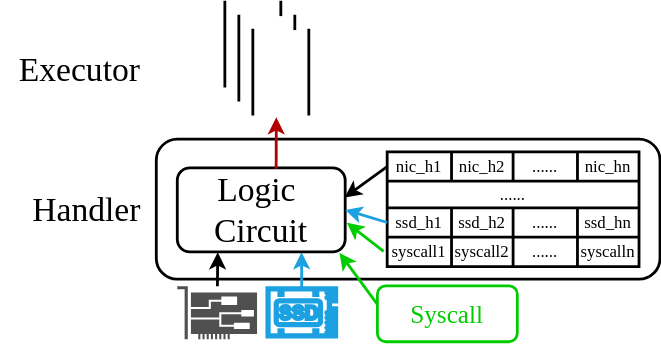
This is assets/handler.svg from oscourse-tsinghua/openingreport-zfliang2023, a draw.io export, as it was before one commit. Source tidied: cells renumbered, new cells last; positions are measured from the earlier drawing's top-left corner, leaving out a move shared by most shapes. Its diagram source:
```xml
<mxGraphModel>
  <root>
    <mxCell id="0" />
    <mxCell id="1" parent="0" />
    <mxCell id="2" style="sketch=0;shadow=0;dashed=0;html=1;strokeColor=none;fillColor=#505050;labelPosition=center;verticalLabelPosition=bottom;verticalAlign=top;outlineConnect=0;align=center;shape=mxgraph.office.devices.nic;fontFamily=Times New Roman;strokeWidth=2;" parent="1" vertex="1">
      <mxGeometry x="125" y="203" width="57" height="38" as="geometry" />
    </mxCell>
    <mxCell id="3" style="sketch=0;shadow=0;dashed=0;html=1;strokeColor=#1BA1E2;fillColor=#1ba1e2;labelPosition=center;verticalLabelPosition=bottom;verticalAlign=top;align=center;outlineConnect=0;shape=mxgraph.vvd.ssd;fontFamily=Times New Roman;fontColor=#ffffff;strokeWidth=2;" parent="1" vertex="1">
      <mxGeometry x="189" y="204" width="50" height="35.5" as="geometry" />
    </mxCell>
    <mxCell id="4" style="rounded=1;whiteSpace=wrap;html=1;fontFamily=Times New Roman;strokeWidth=2;" parent="1" vertex="1">
      <mxGeometry x="110" y="98" width="360" height="100" as="geometry" />
    </mxCell>
    <mxCell id="5" style="endArrow=classic;html=1;entryX=0.241;entryY=1.005;entryDx=0;entryDy=0;entryPerimeter=0;fontFamily=Times New Roman;strokeWidth=2;" parent="1" edge="1" source="2" target="25">
      <mxGeometry relative="1" as="geometry" />
    </mxCell>
    <mxCell id="6" style="endArrow=classic;html=1;strokeColor=#1BA1E2;entryX=0.74;entryY=1.004;entryDx=0;entryDy=0;entryPerimeter=0;fontFamily=Times New Roman;strokeWidth=2;" parent="1" edge="1" source="3" target="25">
      <mxGeometry relative="1" as="geometry" />
    </mxCell>
    <mxCell id="7" style="shape=table;html=1;whiteSpace=wrap;startSize=0;fontFamily=Times New Roman;strokeWidth=2;" parent="1" vertex="1">
      <mxGeometry x="275" y="107" width="180" height="82" as="geometry" />
    </mxCell>
    <mxCell id="8" style="shape=tableRow;horizontal=0;startSize=0;swimlaneHead=0;swimlaneBody=0;top=0;left=0;bottom=0;right=0;fillColor=none;points=[[0,0.5],[1,0.5]];portConstraint=eastwest;fontFamily=Times New Roman;strokeWidth=2;" parent="7" vertex="1">
      <mxGeometry width="180" height="21" as="geometry" />
    </mxCell>
    <mxCell id="9" value="&lt;font&gt;nic_h1&lt;/font&gt;" style="shape=partialRectangle;html=1;whiteSpace=wrap;fillColor=none;top=0;left=0;bottom=0;right=0;overflow=hidden;fontFamily=Times New Roman;strokeWidth=2;" parent="8" vertex="1">
      <mxGeometry width="46" height="21" as="geometry" />
    </mxCell>
    <mxCell id="10" value="nic_h2" style="shape=partialRectangle;html=1;whiteSpace=wrap;fillColor=none;top=0;left=0;bottom=0;right=0;overflow=hidden;fontFamily=Times New Roman;strokeWidth=2;" parent="8" vertex="1">
      <mxGeometry x="46" width="44" height="21" as="geometry" />
    </mxCell>
    <mxCell id="11" value="......" style="shape=partialRectangle;html=1;whiteSpace=wrap;fillColor=none;top=0;left=0;bottom=0;right=0;overflow=hidden;fontFamily=Times New Roman;strokeWidth=2;" parent="8" vertex="1">
      <mxGeometry x="90" width="46" height="21" as="geometry" />
    </mxCell>
    <mxCell id="12" value="nic_hn" style="shape=partialRectangle;html=1;whiteSpace=wrap;fillColor=none;top=0;left=0;bottom=0;right=0;overflow=hidden;fontFamily=Times New Roman;strokeWidth=2;" parent="8" vertex="1">
      <mxGeometry x="136" width="44" height="21" as="geometry" />
    </mxCell>
    <mxCell id="13" style="shape=tableRow;horizontal=0;startSize=0;swimlaneHead=0;swimlaneBody=0;top=0;left=0;bottom=0;right=0;fillColor=none;fontFamily=Times New Roman;strokeWidth=2;" parent="7" vertex="1">
      <mxGeometry y="21" width="180" height="19" as="geometry" />
    </mxCell>
    <mxCell id="14" value="......" style="shape=partialRectangle;html=1;whiteSpace=wrap;fillColor=none;top=0;left=0;bottom=0;right=0;overflow=hidden;rowspan=1;colspan=4;fontFamily=Times New Roman;strokeWidth=2;" parent="13" vertex="1">
      <mxGeometry width="180" height="19" as="geometry" />
    </mxCell>
    <mxCell id="15" style="shape=tableRow;horizontal=0;startSize=0;swimlaneHead=0;swimlaneBody=0;top=0;left=0;bottom=0;right=0;fillColor=none;points=[[0,0.5],[1,0.5]];portConstraint=eastwest;fontFamily=Times New Roman;strokeWidth=2;" parent="7" vertex="1">
      <mxGeometry y="40" width="180" height="21" as="geometry" />
    </mxCell>
    <mxCell id="16" value="ssd_h1" style="shape=partialRectangle;html=1;whiteSpace=wrap;fillColor=none;top=0;left=0;bottom=0;right=0;overflow=hidden;fontFamily=Times New Roman;strokeWidth=2;" parent="15" vertex="1">
      <mxGeometry width="46" height="21" as="geometry" />
    </mxCell>
    <mxCell id="17" value="ssd_h2" style="shape=partialRectangle;html=1;whiteSpace=wrap;fillColor=none;top=0;left=0;bottom=0;right=0;overflow=hidden;fontFamily=Times New Roman;strokeWidth=2;" parent="15" vertex="1">
      <mxGeometry x="46" width="44" height="21" as="geometry" />
    </mxCell>
    <mxCell id="18" value="......" style="shape=partialRectangle;html=1;whiteSpace=wrap;fillColor=none;top=0;left=0;bottom=0;right=0;overflow=hidden;fontFamily=Times New Roman;strokeWidth=2;" parent="15" vertex="1">
      <mxGeometry x="90" width="46" height="21" as="geometry" />
    </mxCell>
    <mxCell id="19" value="ssd_hn" style="shape=partialRectangle;html=1;whiteSpace=wrap;fillColor=none;top=0;left=0;bottom=0;right=0;overflow=hidden;fontFamily=Times New Roman;strokeWidth=2;" parent="15" vertex="1">
      <mxGeometry x="136" width="44" height="21" as="geometry" />
    </mxCell>
    <mxCell id="20" style="shape=tableRow;horizontal=0;startSize=0;swimlaneHead=0;swimlaneBody=0;top=0;left=0;bottom=0;right=0;fillColor=none;fontFamily=Times New Roman;strokeWidth=2;" parent="7" vertex="1">
      <mxGeometry y="61" width="180" height="21" as="geometry" />
    </mxCell>
    <mxCell id="21" value="syscall1" style="shape=partialRectangle;html=1;whiteSpace=wrap;fillColor=none;top=0;left=0;bottom=0;right=0;overflow=hidden;fontFamily=Times New Roman;strokeWidth=2;" parent="20" vertex="1">
      <mxGeometry width="46" height="21" as="geometry" />
    </mxCell>
    <mxCell id="22" value="syscall2" style="shape=partialRectangle;html=1;whiteSpace=wrap;fillColor=none;top=0;left=0;bottom=0;right=0;overflow=hidden;fontFamily=Times New Roman;strokeWidth=2;" parent="20" vertex="1">
      <mxGeometry x="46" width="44" height="21" as="geometry" />
    </mxCell>
    <mxCell id="23" value="......" style="shape=partialRectangle;html=1;whiteSpace=wrap;fillColor=none;top=0;left=0;bottom=0;right=0;overflow=hidden;fontFamily=Times New Roman;strokeWidth=2;" parent="20" vertex="1">
      <mxGeometry x="90" width="46" height="21" as="geometry" />
    </mxCell>
    <mxCell id="24" value="syscalln" style="shape=partialRectangle;html=1;whiteSpace=wrap;fillColor=none;top=0;left=0;bottom=0;right=0;overflow=hidden;fontFamily=Times New Roman;strokeWidth=2;" parent="20" vertex="1">
      <mxGeometry x="136" width="44" height="21" as="geometry" />
    </mxCell>
    <mxCell id="25" value="&lt;font style=&quot;font-size: 24px;&quot;&gt;Logic&amp;nbsp;&lt;br&gt;Circuit&lt;/font&gt;" style="rounded=1;whiteSpace=wrap;html=1;fontFamily=Times New Roman;strokeWidth=2;" parent="1" vertex="1">
      <mxGeometry x="125" y="118.5" width="120" height="60" as="geometry" />
    </mxCell>
    <mxCell id="26" style="endArrow=classic;html=1;exitX=0;exitY=0.5;exitDx=0;exitDy=0;entryX=0.997;entryY=0.353;entryDx=0;entryDy=0;entryPerimeter=0;fontFamily=Times New Roman;strokeWidth=2;" parent="1" edge="1" source="8" target="25">
      <mxGeometry relative="1" as="geometry" />
    </mxCell>
    <mxCell id="27" style="endArrow=classic;html=1;entryX=1;entryY=0.5;entryDx=0;entryDy=0;exitX=0;exitY=0.5;exitDx=0;exitDy=0;strokeColor=#1BA1E2;fontFamily=Times New Roman;strokeWidth=2;" parent="1" edge="1" source="15" target="25">
      <mxGeometry relative="1" as="geometry" />
    </mxCell>
    <mxCell id="28" style="endArrow=classic;html=1;strokeColor=#B20000;entryX=0.419;entryY=1.039;entryDx=0;entryDy=0;entryPerimeter=0;exitX=0.589;exitY=0.009;exitDx=0;exitDy=0;exitPerimeter=0;fontFamily=Times New Roman;strokeWidth=2;fillColor=#e51400;" parent="1" edge="1" source="25" target="37">
      <mxGeometry relative="1" as="geometry" />
    </mxCell>
    <mxCell id="29" value="Executor" style="text;html=1;align=center;verticalAlign=middle;strokeColor=none;fillColor=none;fontSize=24;fontFamily=Times New Roman;strokeWidth=2;" parent="1" vertex="1">
      <mxGeometry y="29" width="110" height="40" as="geometry" />
    </mxCell>
    <mxCell id="30" value="Handler" style="text;html=1;align=center;verticalAlign=middle;strokeColor=none;fillColor=none;fontSize=24;fontFamily=Times New Roman;strokeWidth=2;" parent="1" vertex="1">
      <mxGeometry x="10" y="128.5" width="100" height="40" as="geometry" />
    </mxCell>
    <mxCell id="31" value="&lt;p style=&quot;line-height: 70%;&quot;&gt;&lt;span style=&quot;font-size: 18px;&quot;&gt;Syscall&lt;/span&gt;&lt;/p&gt;" style="rounded=1;whiteSpace=wrap;html=1;strokeWidth=2;fontSize=24;fontFamily=Times New Roman;fillColor=none;strokeColor=#00CC00;fontColor=#00CC00;" parent="1" vertex="1">
      <mxGeometry x="268" y="202.8" width="100" height="40" as="geometry" />
    </mxCell>
    <mxCell id="32" style="endArrow=classic;html=1;exitX=0;exitY=0.333;exitDx=0;exitDy=0;entryX=0.966;entryY=1.012;entryDx=0;entryDy=0;fontFamily=Times New Roman;strokeWidth=2;strokeColor=#00CC00;entryPerimeter=0;exitPerimeter=0;" parent="1" edge="1" source="31" target="25">
      <mxGeometry relative="1" as="geometry" />
    </mxCell>
    <mxCell id="33" style="endArrow=classic;html=1;exitX=-0.014;exitY=0.868;exitDx=0;exitDy=0;entryX=1.01;entryY=0.654;entryDx=0;entryDy=0;fontFamily=Times New Roman;strokeWidth=2;strokeColor=#00CC00;entryPerimeter=0;exitPerimeter=0;" parent="1" edge="1" source="7" target="25">
      <mxGeometry relative="1" as="geometry" />
    </mxCell>
    <mxCell id="34" style="group;" parent="1" vertex="1">
      <mxGeometry x="159" width="60" height="80" as="geometry" />
    </mxCell>
    <mxCell id="35" style="shape=partialRectangle;whiteSpace=wrap;html=1;bottom=0;top=0;fillColor=default;strokeWidth=2;fontFamily=Times New Roman;" parent="34" vertex="1">
      <mxGeometry width="40" height="60" as="geometry" />
    </mxCell>
    <mxCell id="36" style="shape=partialRectangle;whiteSpace=wrap;html=1;bottom=0;top=0;fillColor=default;strokeWidth=2;fontFamily=Times New Roman;" parent="34" vertex="1">
      <mxGeometry x="10" y="10" width="40" height="60" as="geometry" />
    </mxCell>
    <mxCell id="37" style="shape=partialRectangle;whiteSpace=wrap;html=1;bottom=0;top=0;fillColor=default;strokeWidth=2;fontFamily=Times New Roman;" parent="34" vertex="1">
      <mxGeometry x="20" y="20" width="40" height="60" as="geometry" />
    </mxCell>
  </root>
</mxGraphModel>
```
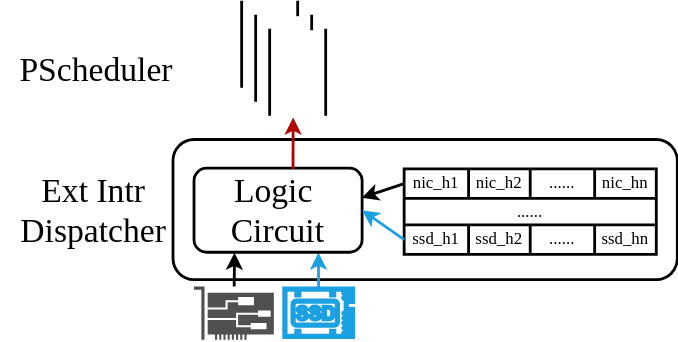
The same file after the commit.

What changed in the source:
```diff
@@ -18,7 +18,7 @@
       <mxGeometry relative="1" as="geometry" />
     </mxCell>
     <mxCell id="7" style="shape=table;html=1;whiteSpace=wrap;startSize=0;fontFamily=Times New Roman;strokeWidth=2;" parent="1" vertex="1">
-      <mxGeometry x="275" y="107" width="180" height="82" as="geometry" />
+      <mxGeometry x="275" y="119" width="180" height="61" as="geometry" />
     </mxCell>
     <mxCell id="8" style="shape=tableRow;horizontal=0;startSize=0;swimlaneHead=0;swimlaneBody=0;top=0;left=0;bottom=0;right=0;fillColor=none;points=[[0,0.5],[1,0.5]];portConstraint=eastwest;fontFamily=Times New Roman;strokeWidth=2;" parent="7" vertex="1">
       <mxGeometry width="180" height="21" as="geometry" />
@@ -56,21 +56,6 @@
     <mxCell id="19" value="ssd_hn" style="shape=partialRectangle;html=1;whiteSpace=wrap;fillColor=none;top=0;left=0;bottom=0;right=0;overflow=hidden;fontFamily=Times New Roman;strokeWidth=2;" parent="15" vertex="1">
       <mxGeometry x="136" width="44" height="21" as="geometry" />
     </mxCell>
-    <mxCell id="20" style="shape=tableRow;horizontal=0;startSize=0;swimlaneHead=0;swimlaneBody=0;top=0;left=0;bottom=0;right=0;fillColor=none;fontFamily=Times New Roman;strokeWidth=2;" parent="7" vertex="1">
-      <mxGeometry y="61" width="180" height="21" as="geometry" />
-    </mxCell>
-    <mxCell id="21" value="syscall1" style="shape=partialRectangle;html=1;whiteSpace=wrap;fillColor=none;top=0;left=0;bottom=0;right=0;overflow=hidden;fontFamily=Times New Roman;strokeWidth=2;" parent="20" vertex="1">
-      <mxGeometry width="46" height="21" as="geometry" />
-    </mxCell>
-    <mxCell id="22" value="syscall2" style="shape=partialRectangle;html=1;whiteSpace=wrap;fillColor=none;top=0;left=0;bottom=0;right=0;overflow=hidden;fontFamily=Times New Roman;strokeWidth=2;" parent="20" vertex="1">
-      <mxGeometry x="46" width="44" height="21" as="geometry" />
-    </mxCell>
-    <mxCell id="23" value="......" style="shape=partialRectangle;html=1;whiteSpace=wrap;fillColor=none;top=0;left=0;bottom=0;right=0;overflow=hidden;fontFamily=Times New Roman;strokeWidth=2;" parent="20" vertex="1">
-      <mxGeometry x="90" width="46" height="21" as="geometry" />
-    </mxCell>
-    <mxCell id="24" value="syscalln" style="shape=partialRectangle;html=1;whiteSpace=wrap;fillColor=none;top=0;left=0;bottom=0;right=0;overflow=hidden;fontFamily=Times New Roman;strokeWidth=2;" parent="20" vertex="1">
-      <mxGeometry x="136" width="44" height="21" as="geometry" />
-    </mxCell>
     <mxCell id="25" value="&lt;font style=&quot;font-size: 24px;&quot;&gt;Logic&amp;nbsp;&lt;br&gt;Circuit&lt;/font&gt;" style="rounded=1;whiteSpace=wrap;html=1;fontFamily=Times New Roman;strokeWidth=2;" parent="1" vertex="1">
       <mxGeometry x="125" y="118.5" width="120" height="60" as="geometry" />
     </mxCell>
@@ -83,21 +68,12 @@
     <mxCell id="28" style="endArrow=classic;html=1;strokeColor=#B20000;entryX=0.419;entryY=1.039;entryDx=0;entryDy=0;entryPerimeter=0;exitX=0.589;exitY=0.009;exitDx=0;exitDy=0;exitPerimeter=0;fontFamily=Times New Roman;strokeWidth=2;fillColor=#e51400;" parent="1" edge="1" source="25" target="37">
       <mxGeometry relative="1" as="geometry" />
     </mxCell>
-    <mxCell id="29" value="Executor" style="text;html=1;align=center;verticalAlign=middle;strokeColor=none;fillColor=none;fontSize=24;fontFamily=Times New Roman;strokeWidth=2;" parent="1" vertex="1">
-      <mxGeometry y="29" width="110" height="40" as="geometry" />
+    <mxCell id="29" value="PScheduler" style="text;html=1;align=center;verticalAlign=middle;strokeColor=none;fillColor=none;fontSize=24;fontFamily=Times New Roman;strokeWidth=2;" parent="1" vertex="1">
+      <mxGeometry x="-10" y="29" width="130" height="40" as="geometry" />
     </mxCell>
-    <mxCell id="30" value="Handler" style="text;html=1;align=center;verticalAlign=middle;strokeColor=none;fillColor=none;fontSize=24;fontFamily=Times New Roman;strokeWidth=2;" parent="1" vertex="1">
-      <mxGeometry x="10" y="128.5" width="100" height="40" as="geometry" />
+    <mxCell id="30" value="Ext Intr&lt;br&gt;Dispatcher" style="text;html=1;align=center;verticalAlign=middle;strokeColor=none;fillColor=none;fontSize=24;fontFamily=Times New Roman;strokeWidth=2;" parent="1" vertex="1">
+      <mxGeometry x="-12" y="113.5" width="130" height="70" as="geometry" />
     </mxCell>
-    <mxCell id="31" value="&lt;p style=&quot;line-height: 70%;&quot;&gt;&lt;span style=&quot;font-size: 18px;&quot;&gt;Syscall&lt;/span&gt;&lt;/p&gt;" style="rounded=1;whiteSpace=wrap;html=1;strokeWidth=2;fontSize=24;fontFamily=Times New Roman;fillColor=none;strokeColor=#00CC00;fontColor=#00CC00;" parent="1" vertex="1">
-      <mxGeometry x="268" y="202.8" width="100" height="40" as="geometry" />
-    </mxCell>
-    <mxCell id="32" style="endArrow=classic;html=1;exitX=0;exitY=0.333;exitDx=0;exitDy=0;entryX=0.966;entryY=1.012;entryDx=0;entryDy=0;fontFamily=Times New Roman;strokeWidth=2;strokeColor=#00CC00;entryPerimeter=0;exitPerimeter=0;" parent="1" edge="1" source="31" target="25">
-      <mxGeometry relative="1" as="geometry" />
-    </mxCell>
-    <mxCell id="33" style="endArrow=classic;html=1;exitX=-0.014;exitY=0.868;exitDx=0;exitDy=0;entryX=1.01;entryY=0.654;entryDx=0;entryDy=0;fontFamily=Times New Roman;strokeWidth=2;strokeColor=#00CC00;entryPerimeter=0;exitPerimeter=0;" parent="1" edge="1" source="7" target="25">
-      <mxGeometry relative="1" as="geometry" />
-    </mxCell>
     <mxCell id="34" style="group;" parent="1" vertex="1">
       <mxGeometry x="159" width="60" height="80" as="geometry" />
     </mxCell>
```
